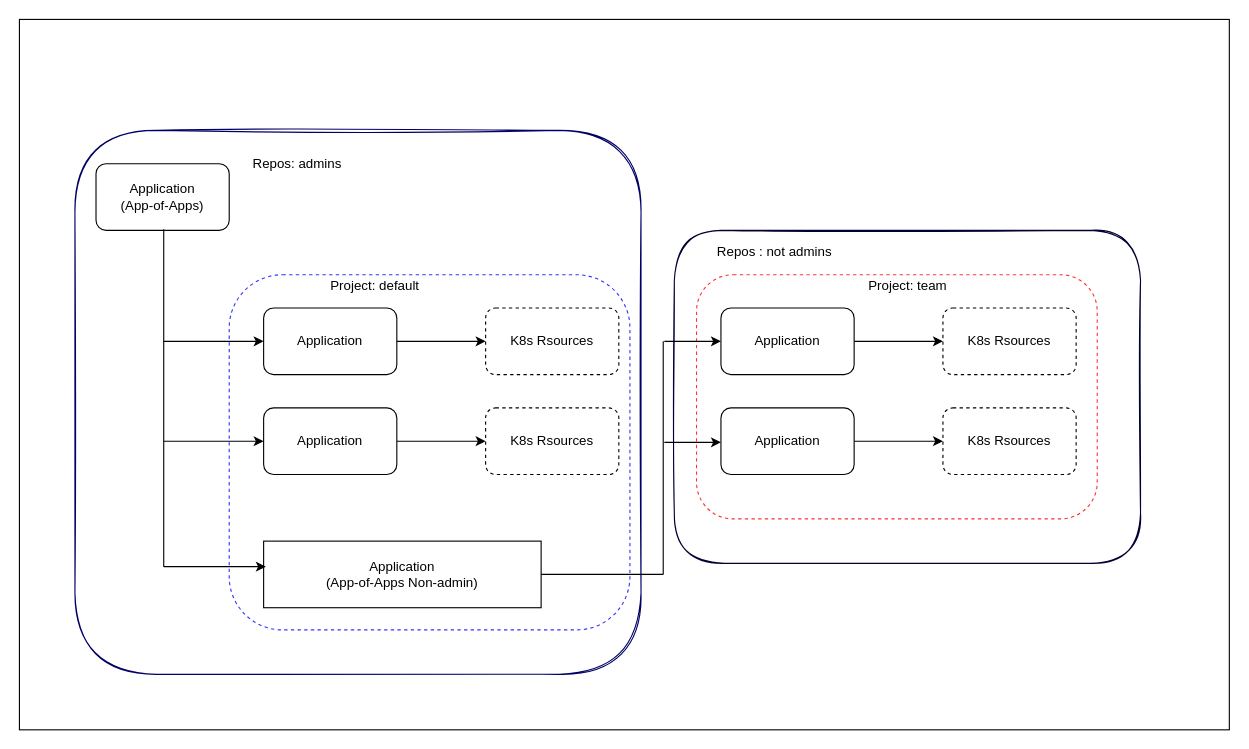
Earlier version of the draw.io diagram tenant.drawio (melak-cmd/diagrams). Source tidied: cells renumbered, new cells numbered last; positions are measured from the earlier drawing's top-left corner, leaving out a move shared by most shapes. Both pictures are drawn from the tidied source at 111%, with x=0, y=0 at pixel (19, 19).
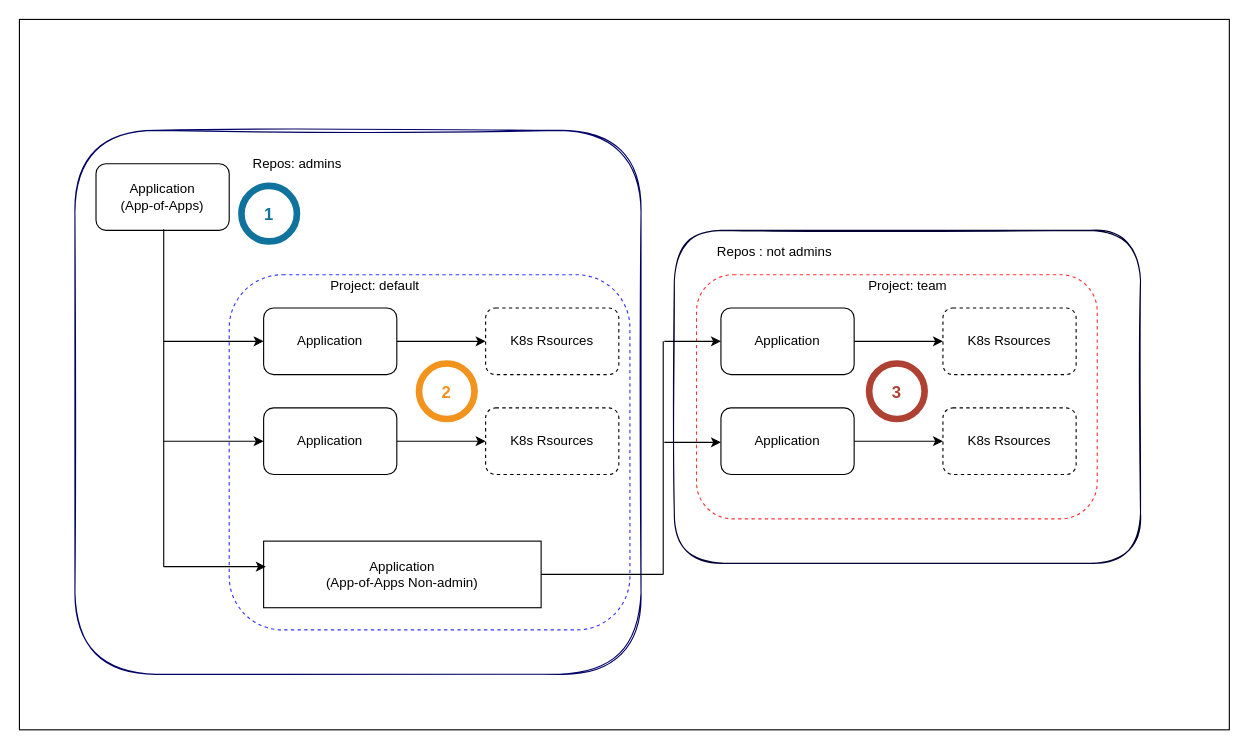
The same page after the edit.

Diff of the diagram source:
```diff
@@
+    <mxCell id="33" value="1" style="shape=ellipse;strokeWidth=6;strokeColor=#10739E;fontSize=15;html=0;fontStyle=1;fontColor=#10739E;" parent="1" vertex="1">
+      <mxGeometry x="200" y="150" width="50" height="50" as="geometry" />
+    </mxCell>
+    <mxCell id="34" value="2" style="shape=ellipse;strokeWidth=6;strokeColor=#F2931E;fontSize=15;html=0;fontStyle=1;fontColor=#F2931E;" parent="1" vertex="1">
+      <mxGeometry x="360" y="310" width="50" height="50" as="geometry" />
+    </mxCell>
+    <mxCell id="35" value="3" style="shape=ellipse;strokeWidth=6;strokeColor=#AE4132;fontSize=15;html=0;fontStyle=1;fontColor=#AE4132;" parent="1" vertex="1">
+      <mxGeometry x="765.5" y="310" width="50" height="50" as="geometry" />
+    </mxCell>
```
